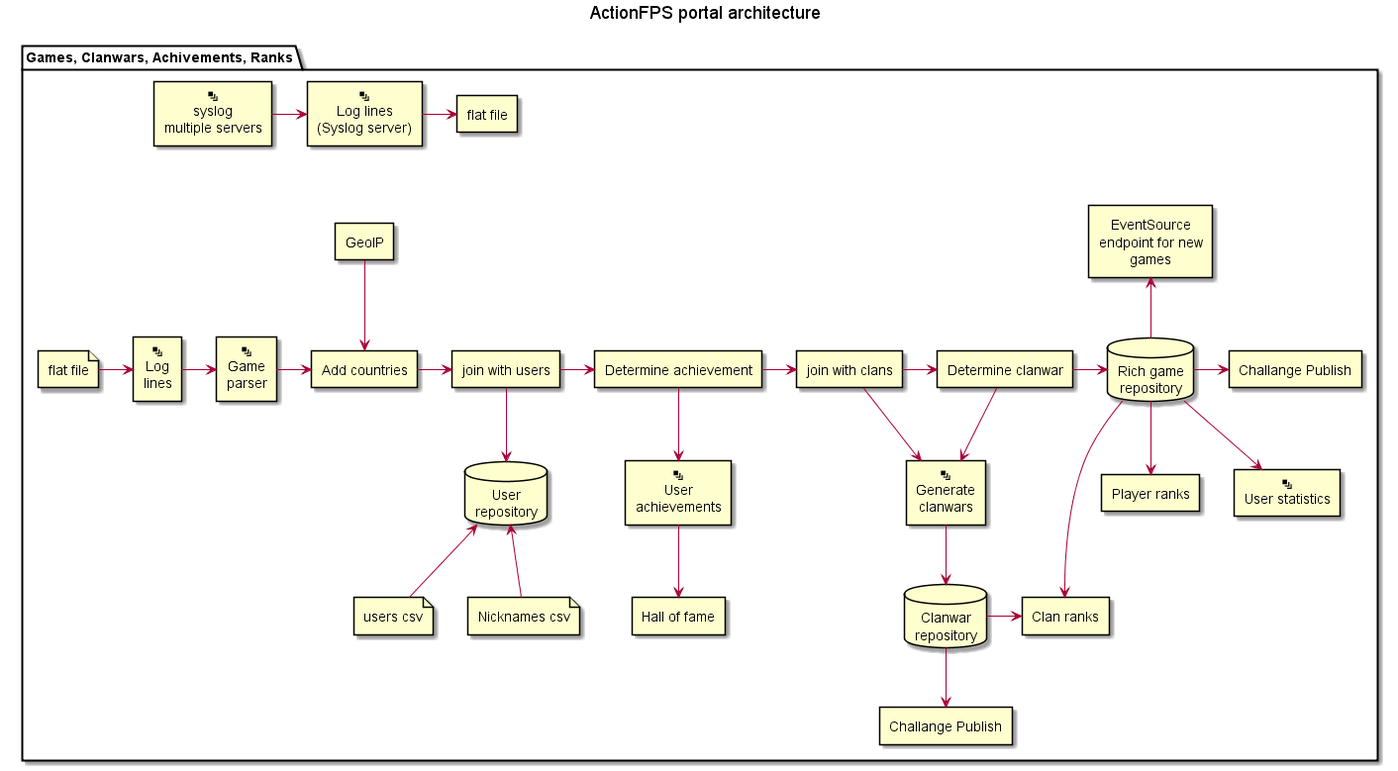
This is images/ActionFPS.png from thokuest/rdmueller.github.io, a PlantUML export, as it was before one commit. Its diagram source:
```plantuml
@startuml
skinparam DefaultTextAlignment center

title ActionFPS portal architecture

package "Games, Clanwars, Achivements, Ranks" as p2 {
    rectangle "syslog\nmultiple servers" <<"<&layers>">> as syslog
    rectangle "Log lines\n(Syslog server)" <<"<&layers>">> as loglines
    rectangle "flat file" as flatfile1

        syslog -> loglines
        loglines -> flatfile1

    file "flat file" as flatFile2
    rectangle "Log\nlines" <<"<&layers>">> as logLines2
    rectangle "Game\nparser" <<"<&layers>">> as gameParser
    rectangle "Add countries" as addCountries
    rectangle "join with users" as joinWithUsers
    rectangle "Determine achievement" as determineAchievement
    rectangle "join with clans" as joinWithClans
    rectangle "Determine clanwar" as determineClanwar
    database "Rich game\nrepository" as richGameRepository


        flatFile2 -> logLines2
        logLines2 -> gameParser
        gameParser -> addCountries
        addCountries -> joinWithUsers
        joinWithUsers -> determineAchievement
        determineAchievement -> joinWithClans
        joinWithClans -> determineClanwar
        determineClanwar -> richGameRepository

    rectangle "GeoIP" as geoIp

    loglines -[hidden]-> geoIp

        geoIp --> addCountries

    database "User\nrepository" as userRepository
    file "users csv" as users.csv
    file "Nicknames csv" as nicknames.csv

        joinWithUsers --> userRepository
        userRepository <-- users.csv
        userRepository <-- nicknames.csv

    rectangle "User\nachievements" <<"<&layers>">> as userAchievements
    rectangle "Hall of fame" as hallOfFame

    determineAchievement --> userAchievements
    userAchievements --> hallOfFame

    rectangle "Generate\nclanwars" <<"<&layers>">> as generateClanwars
    database "Clanwar\nrepository" as clanwarRepository
    rectangle "Clan ranks" as clanRanks
    rectangle "Challange Publish" as challangePublish
    rectangle "Player ranks" as playerRanks
    rectangle "User statistics" <<"<&layers>">> as userStatistics
    rectangle "Challange Publish" as challangePublish2
    rectangle "EventSource\nendpoint for new\ngames" as eventSourceEndpoint


        joinWithClans --> generateClanwars
        determineClanwar --> generateClanwars
        generateClanwars --> clanwarRepository
        clanwarRepository -> clanRanks
        clanwarRepository --> challangePublish
        richGameRepository --> clanRanks
        richGameRepository --> playerRanks
        richGameRepository --> userStatistics
        richGameRepository -> challangePublish2
        eventSourceEndpoint <-- richGameRepository
}

@enduml
```
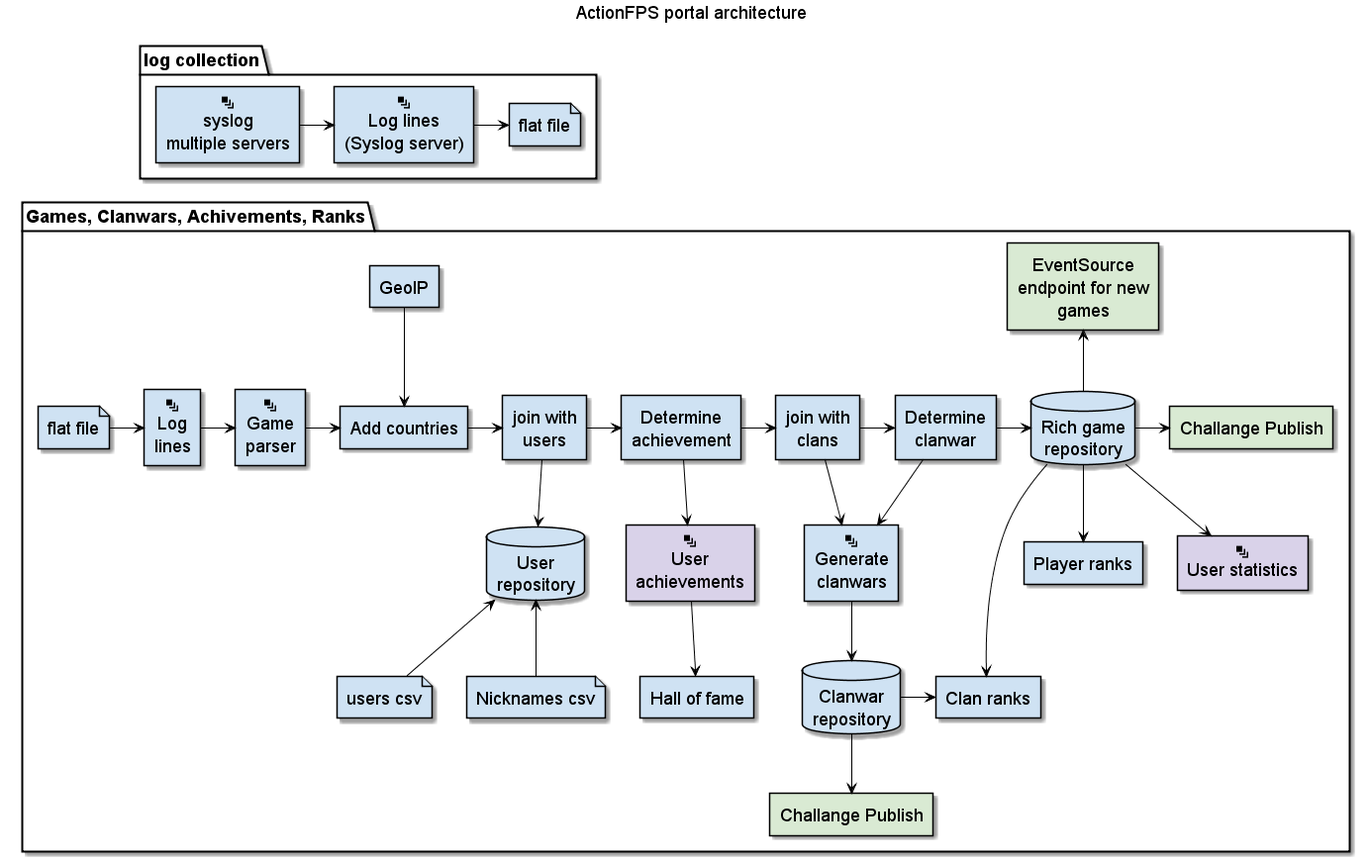
After the change.

What changed in the source:
```diff
@@ -1,24 +1,31 @@
 @startuml
 skinparam DefaultTextAlignment center
+skinparam arrowColor #000000
+skinparam rectangleBackgroundColor #CFE2F3
+skinparam fileBackgroundColor #CFE2F3
+skinparam databaseBackgroundColor #CFE2F3
+skinparam defaultFontSize 18
 
 title ActionFPS portal architecture
 
-package "Games, Clanwars, Achivements, Ranks" as p2 {
+package "log collection" as p1 {
     rectangle "syslog\nmultiple servers" <<"<&layers>">> as syslog
     rectangle "Log lines\n(Syslog server)" <<"<&layers>">> as loglines
-    rectangle "flat file" as flatfile1
+    file "flat file" as flatfile1
 
         syslog -> loglines
         loglines -> flatfile1
+}
+package "Games, Clanwars, Achivements, Ranks" as p2 {
 
     file "flat file" as flatFile2
     rectangle "Log\nlines" <<"<&layers>">> as logLines2
     rectangle "Game\nparser" <<"<&layers>">> as gameParser
     rectangle "Add countries" as addCountries
-    rectangle "join with users" as joinWithUsers
-    rectangle "Determine achievement" as determineAchievement
-    rectangle "join with clans" as joinWithClans
-    rectangle "Determine clanwar" as determineClanwar
+    rectangle "join with\nusers" as joinWithUsers
+    rectangle "Determine\nachievement" as determineAchievement
+    rectangle "join with\nclans" as joinWithClans
+    rectangle "Determine\nclanwar" as determineClanwar
     database "Rich game\nrepository" as richGameRepository
 
 
@@ -45,7 +52,7 @@
         userRepository <-- users.csv
         userRepository <-- nicknames.csv
 
-    rectangle "User\nachievements" <<"<&layers>">> as userAchievements
+    rectangle "User\nachievements" <<"<&layers>">> as userAchievements #D9D2E9
     rectangle "Hall of fame" as hallOfFame
 
     determineAchievement --> userAchievements
@@ -54,11 +61,11 @@
     rectangle "Generate\nclanwars" <<"<&layers>">> as generateClanwars
     database "Clanwar\nrepository" as clanwarRepository
     rectangle "Clan ranks" as clanRanks
-    rectangle "Challange Publish" as challangePublish
+    rectangle "Challange Publish" as challangePublish #D9EAD3
     rectangle "Player ranks" as playerRanks
-    rectangle "User statistics" <<"<&layers>">> as userStatistics
-    rectangle "Challange Publish" as challangePublish2
-    rectangle "EventSource\nendpoint for new\ngames" as eventSourceEndpoint
+    rectangle "User statistics" <<"<&layers>">> as userStatistics #D9D2E9
+    rectangle "Challange Publish" as challangePublish2 #D9EAD3
+    rectangle "EventSource\nendpoint for new\ngames" as eventSourceEndpoint #D9EAD3
 
 
         joinWithClans --> generateClanwars
```
